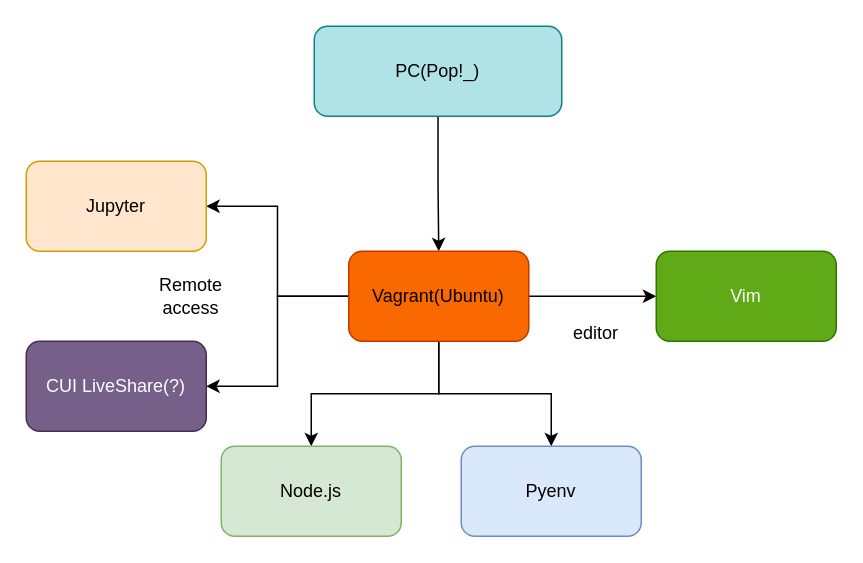
The draw.io diagram vagrantde.drawio.drawio in g0g0m/vagrantDE, before the edit. Source tidied: cells renumbered, new cells numbered last; positions are measured from the earlier drawing's top-left corner, leaving out a move shared by most shapes. Both pictures are drawn from the tidied source at 150%, with x=0, y=0 at pixel (26, 26).
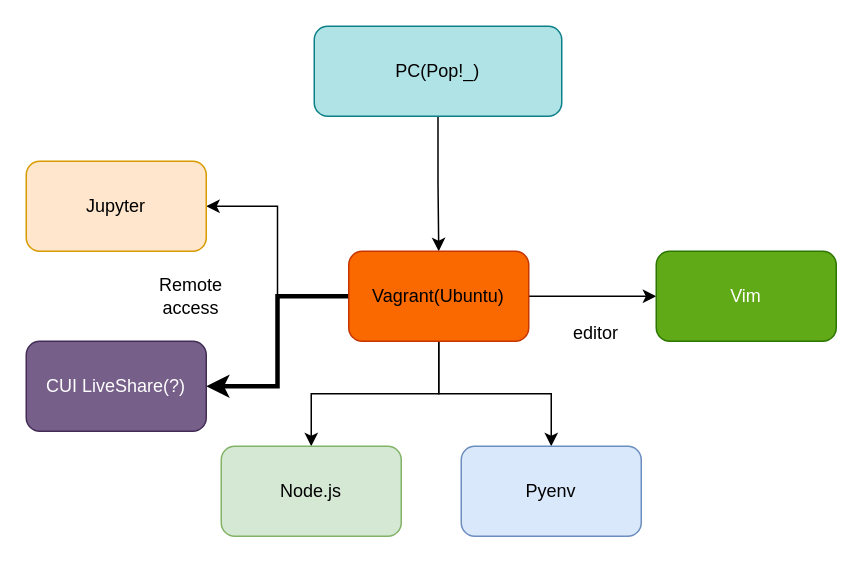
The same page after the edit.

Diff of the diagram source:
```diff
@@
 <mxGraphModel>
   <root>
     <mxCell id="0" />
     <mxCell id="1" parent="0" />
     <mxCell id="2" style="edgeStyle=orthogonalEdgeStyle;rounded=0;jettySize=auto;html=1;" parent="1" edge="1" source="3" target="9">
       <mxGeometry relative="1" as="geometry" />
     </mxCell>
     <mxCell id="3" value="&lt;div&gt;PC(Pop!_)&lt;/div&gt;" style="rounded=1;whiteSpace=wrap;html=1;fillColor=#b0e3e6;strokeColor=#0e8088;" parent="1" vertex="1">
       <mxGeometry x="192" width="165" height="60" as="geometry" />
     </mxCell>
     <mxCell id="4" style="edgeStyle=orthogonalEdgeStyle;rounded=0;jettySize=auto;html=1;" parent="1" edge="1" source="9" target="10">
       <mxGeometry relative="1" as="geometry" />
     </mxCell>
     <mxCell id="5" style="edgeStyle=orthogonalEdgeStyle;rounded=0;jettySize=auto;html=1;" parent="1" edge="1" source="9" target="11">
       <mxGeometry relative="1" as="geometry" />
     </mxCell>
     <mxCell id="6" style="edgeStyle=orthogonalEdgeStyle;rounded=0;jettySize=auto;html=1;" parent="1" edge="1" source="9" target="12">
       <mxGeometry relative="1" as="geometry" />
     </mxCell>
     <mxCell id="7" style="edgeStyle=orthogonalEdgeStyle;rounded=0;jettySize=auto;html=1;entryX=1;entryY=0.5;entryDx=0;entryDy=0;" parent="1" edge="1" source="9" target="13">
       <mxGeometry relative="1" as="geometry" />
     </mxCell>
-    <mxCell id="8" style="edgeStyle=orthogonalEdgeStyle;rounded=0;jettySize=auto;html=1;entryX=1;entryY=0.5;entryDx=0;entryDy=0;" parent="1" edge="1" source="9" target="14">
+    <mxCell id="8" style="edgeStyle=orthogonalEdgeStyle;jettySize=auto;html=1;entryX=1;entryY=0.5;entryDx=0;entryDy=0;strokeColor=default;rounded=0;strokeWidth=3;" parent="1" edge="1" source="9" target="14">
       <mxGeometry relative="1" as="geometry" />
     </mxCell>
     <mxCell id="9" value="Vagrant(Ubuntu)" style="rounded=1;whiteSpace=wrap;html=1;fillColor=#fa6800;strokeColor=#C73500;fontColor=#000000;" parent="1" vertex="1">
       <mxGeometry x="215" y="150" width="120" height="60" as="geometry" />
     </mxCell>
     <mxCell id="10" value="Pyenv" style="rounded=1;whiteSpace=wrap;html=1;fillColor=#dae8fc;strokeColor=#6c8ebf;" parent="1" vertex="1">
       <mxGeometry x="290" y="280" width="120" height="60" as="geometry" />
     </mxCell>
     <mxCell id="11" value="&lt;div&gt;Node.js&lt;/div&gt;" style="rounded=1;whiteSpace=wrap;html=1;fillColor=#d5e8d4;strokeColor=#82b366;" parent="1" vertex="1">
       <mxGeometry x="130" y="280" width="120" height="60" as="geometry" />
     </mxCell>
     <mxCell id="12" value="Vim" style="rounded=1;whiteSpace=wrap;html=1;fillColor=#60a917;fontColor=#ffffff;strokeColor=#2D7600;" parent="1" vertex="1">
       <mxGeometry x="420" y="150" width="120" height="60" as="geometry" />
     </mxCell>
     <mxCell id="13" value="Jupyter" style="rounded=1;whiteSpace=wrap;html=1;fillColor=#ffe6cc;strokeColor=#d79b00;" parent="1" vertex="1">
       <mxGeometry y="90" width="120" height="60" as="geometry" />
     </mxCell>
     <mxCell id="14" value="CUI LiveShare(?)" style="rounded=1;whiteSpace=wrap;html=1;fillColor=#76608a;fontColor=#ffffff;strokeColor=#432D57;" parent="1" vertex="1">
       <mxGeometry y="210" width="120" height="60" as="geometry" />
     </mxCell>
     <mxCell id="15" value="&lt;div&gt;Remote&lt;/div&gt;&lt;div&gt;access&lt;/div&gt;" style="text;html=1;strokeColor=none;fillColor=none;align=center;verticalAlign=middle;whiteSpace=wrap;rounded=0;" parent="1" vertex="1">
       <mxGeometry x="80" y="165" width="60" height="30" as="geometry" />
     </mxCell>
     <mxCell id="16" value="editor" style="text;html=1;strokeColor=none;fillColor=none;align=center;verticalAlign=middle;whiteSpace=wrap;rounded=0;" parent="1" vertex="1">
       <mxGeometry x="350" y="190" width="60" height="30" as="geometry" />
     </mxCell>
   </root>
 </mxGraphModel>
```
